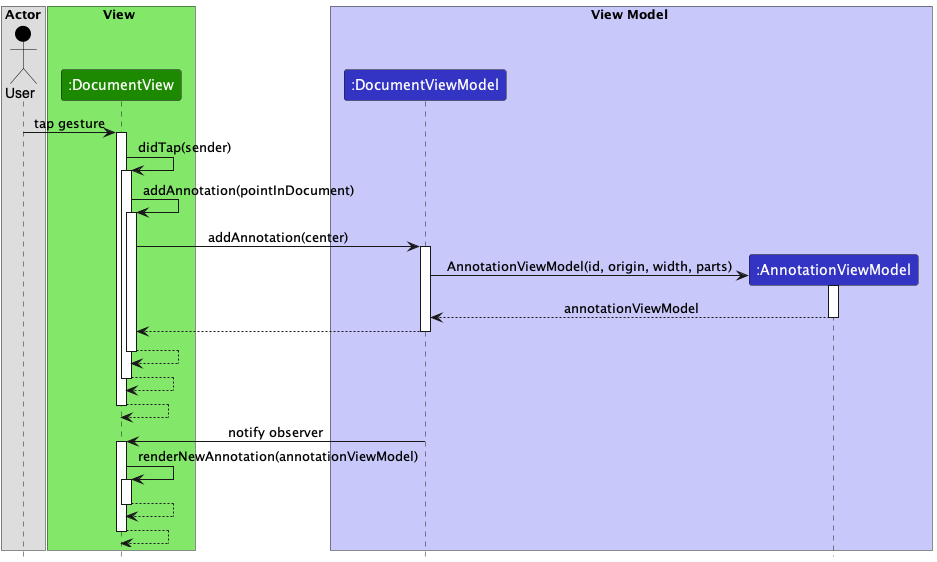
Earlier version of the PlantUML export docs/diagrams/add-annotation-sequence-diagram.png (Annotato/annotato).
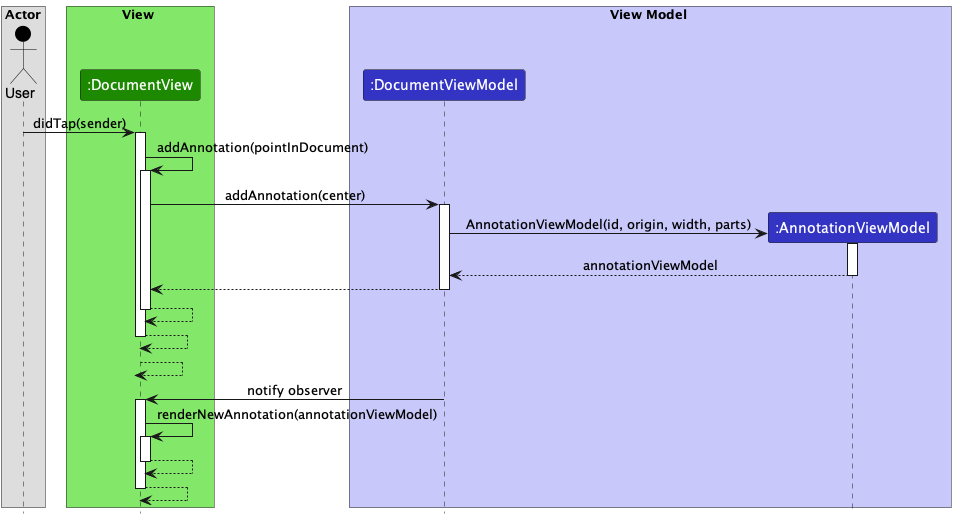
After the change.

Commit message:
Minor fixes to add annotation seq diagram

Change to the diagram source:
```diff
@@ -1,4 +1,5 @@
-@startuml
+@startuml add-annotation-sequence-diagram
+
 !include style.puml
 
 box Actor
@@ -14,11 +15,7 @@
 participant ":AnnotationViewModel" as AnnotationViewModel VIEW_MODEL_COLOR
 end box
 
-User -> DocumentView : tap gesture
-
-activate DocumentView
-
-DocumentView -> DocumentView : didTap(sender)
+User -> DocumentView : didTap(sender)
 activate DocumentView
 
 DocumentView -> DocumentView : addAnnotation(pointInDocument)
```
